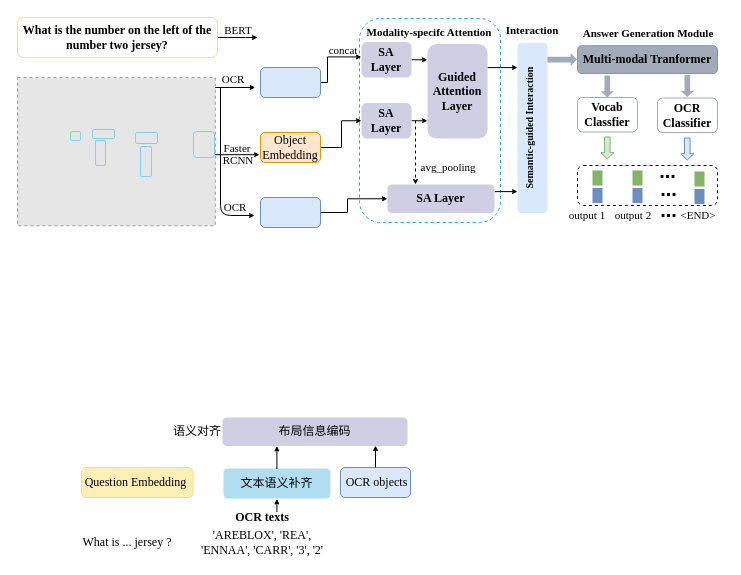
The draw.io diagram 第二个工作大致框图.drawio in B-matchlsr/awesome-python-cn, before the edit. Source tidied: cells renumbered, new cells numbered last; positions are measured from the earlier drawing's top-left corner, leaving out a move shared by most shapes. Both pictures are drawn from the tidied source at 100%, with x=0, y=0 at pixel (17, 17). Pictures stored in the file or linked from it are replaced by grey dashed boxes.
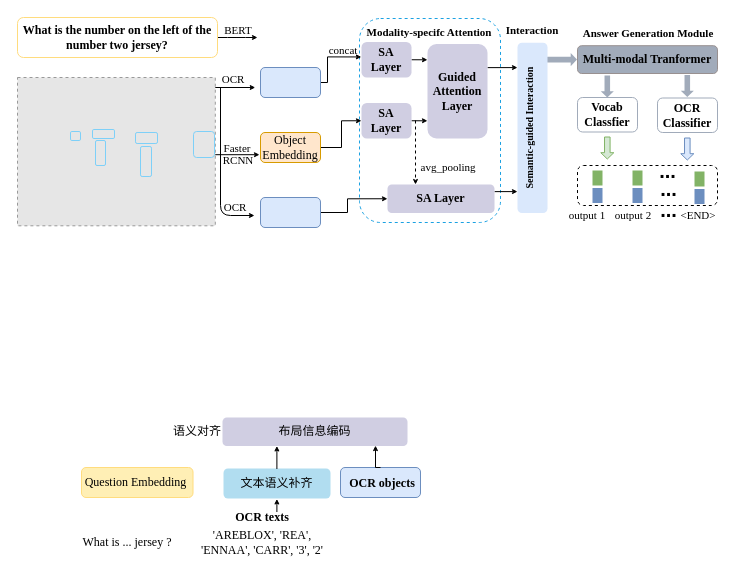
Above is the later version.

Commit message (it also covers changes not shown here):
更新第二个工作大致框图.drawio

The edit, as a diff of the source:
```diff
@@
     <mxCell id="81" style="group;" parent="1" vertex="1">
-      <mxGeometry x="323" y="450" width="70" height="30" as="geometry" />
+      <mxGeometry x="323" y="450" width="80" height="30" as="geometry" />
     </mxCell>
     <mxCell id="82" style="rounded=1;whiteSpace=wrap;html=1;fillColor=#dae8fc;strokeColor=#6c8ebf;fillStyle=auto;" parent="81" vertex="1">
-      <mxGeometry width="70" height="30" as="geometry" />
+      <mxGeometry width="80" height="30" as="geometry" />
     </mxCell>
-    <mxCell id="83" value="&lt;font style=&quot;font-weight: normal;&quot; face=&quot;Times New Roman&quot;&gt;OCR objects&lt;/font&gt;" style="text;html=1;strokeColor=none;fillColor=none;align=center;verticalAlign=middle;whiteSpace=wrap;rounded=1;fontStyle=1;" parent="81" vertex="1">
-      <mxGeometry x="4" y="5" width="65" height="20" as="geometry" />
+    <mxCell id="83" value="&lt;font style=&quot;&quot; face=&quot;Times New Roman&quot;&gt;OCR objects&lt;/font&gt;" style="text;html=1;strokeColor=none;fillColor=none;align=center;verticalAlign=middle;whiteSpace=wrap;rounded=1;fontStyle=1;" parent="81" vertex="1">
+      <mxGeometry x="4" y="6" width="76" height="20" as="geometry" />
     </mxCell>
```
